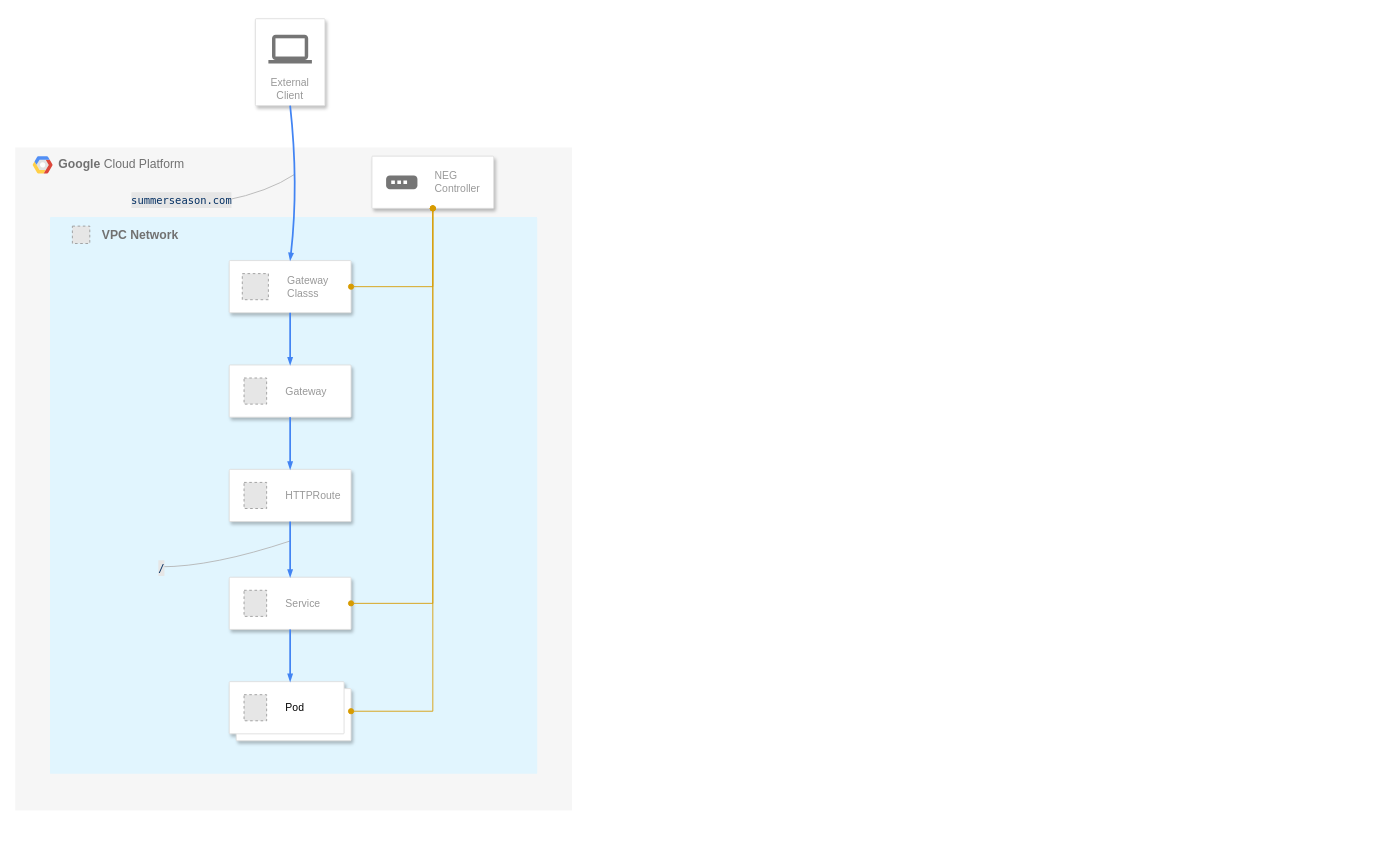
cyokozai/k8sLB keeps this draw.io diagram as page "gateway2" (6 of 9) of map.drawio. Above is the earlier version. Source tidied: cells renumbered, new cells numbered last; positions are measured from the earlier drawing's top-left corner, leaving out a move shared by most shapes. Both pictures are drawn from the tidied source at 87%, with x=0, y=0 at pixel (15, 18). Pictures stored in the file or linked from it are replaced by grey dashed boxes.
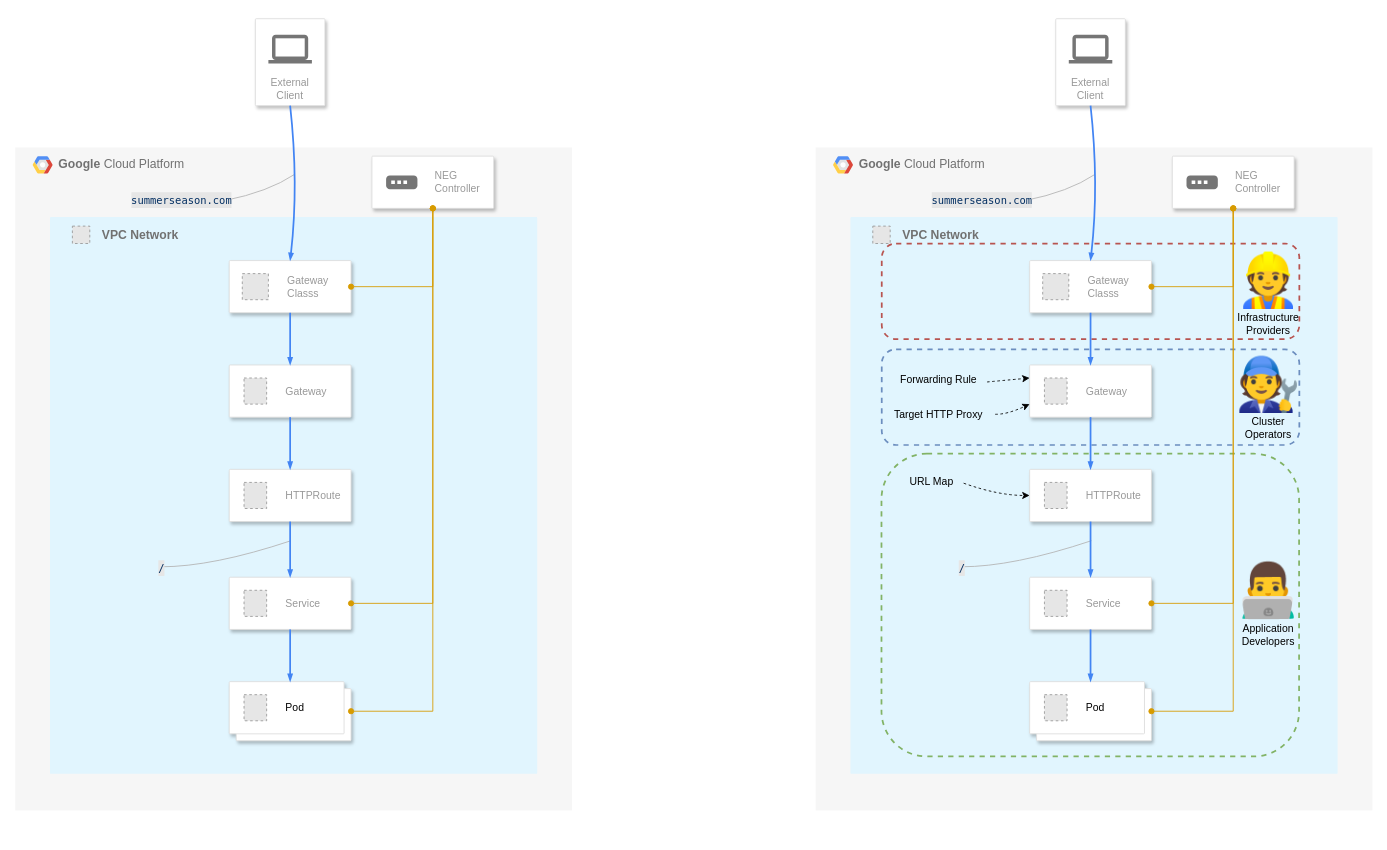
The same diagram, later.

Diff of the diagram source:
```diff
@@
+    <mxCell id="37" value="&lt;b style=&quot;border-color: var(--border-color);&quot;&gt;Google&amp;nbsp;&lt;/b&gt;Cloud Platform" style="fillColor=#F6F6F6;strokeColor=none;shadow=0;gradientColor=none;fontSize=14;align=left;spacing=10;fontColor=#717171;9E9E9E;verticalAlign=top;spacingTop=-4;fontStyle=0;spacingLeft=40;html=1;" parent="1" vertex="1">
+      <mxGeometry x="920" y="148" width="640" height="762" as="geometry" />
+    </mxCell>
+    <mxCell id="38" style="group;" parent="1" vertex="1">
+      <mxGeometry x="960" y="228" width="560" height="710" as="geometry" />
+    </mxCell>
+    <mxCell id="39" style="sketch=0;rounded=1;absoluteArcSize=1;arcSize=2;html=1;strokeColor=none;gradientColor=none;shadow=0;dashed=0;fontSize=12;fontColor=#9E9E9E;align=left;verticalAlign=top;spacing=10;spacingTop=-4;fillColor=#E1F5FE;" parent="38" vertex="1">
+      <mxGeometry width="560" height="640" as="geometry" />
+    </mxCell>
+    <mxCell id="40" style="fillColor=#E6E6E6;strokeColor=#999999;dashed=1;verticalLabelPosition=bottom;labelBackgroundColor=#ffffff;verticalAlign=top;" parent="38" vertex="1">
+      <mxGeometry x="25.7" y="10.4" width="20" height="20" as="geometry" />
+    </mxCell>
+    <mxCell id="41" value="&lt;span style=&quot;font-size: 14px;&quot;&gt;&lt;b&gt;VPC Network&lt;/b&gt;&lt;/span&gt;" style="text;whiteSpace=wrap;html=1;fontColor=#717171;" parent="38" vertex="1">
+      <mxGeometry x="58.3" y="5.8" width="105.6" height="46.3" as="geometry" />
+    </mxCell>
+    <mxCell id="42" style="group;" parent="38" vertex="1">
+      <mxGeometry x="127" y="402" width="60" as="geometry" />
+    </mxCell>
+    <mxCell id="43" style="curved=1;endArrow=none;html=1;endFill=0;strokeColor=#B3B3B3;" parent="42" edge="1">
+      <mxGeometry relative="1" as="geometry">
+        <mxPoint as="sourcePoint" />
+        <mxPoint x="150" y="-30" as="targetPoint" />
+        <Array as="points">
+          <mxPoint x="60" />
+        </Array>
+      </mxGeometry>
+    </mxCell>
+    <mxCell id="44" value="&lt;div style=&quot;color: rgb(36, 41, 46); font-family: Menlo, Monaco, &amp;quot;Courier New&amp;quot;, monospace; font-size: 12px; line-height: 18px;&quot;&gt;&lt;div style=&quot;line-height: 18px; white-space-collapse: preserve;&quot;&gt;&lt;span style=&quot;color: #032f62;&quot;&gt;/&lt;/span&gt;&lt;/div&gt;&lt;/div&gt;" style="edgeLabel;html=1;align=center;verticalAlign=middle;labelBackgroundColor=#E6E6E6;" parent="42" vertex="1">
+      <mxGeometry as="geometry" />
+    </mxCell>
+    <mxCell id="45" style="shape=mxgraph.gcp2.doubleRect;strokeColor=#dddddd;shadow=1;strokeWidth=1;rounded=1;absoluteArcSize=1;arcSize=2;" parent="38" vertex="1">
+      <mxGeometry x="206" y="534" width="140" height="68" as="geometry" />
+    </mxCell>
+    <mxCell id="46" value="&lt;font color=&quot;#000000&quot;&gt;Pod&lt;/font&gt;" style="fillColor=#E6E6E6;strokeColor=#999999;dashed=1;html=1;fontColor=#999999;verticalLabelPosition=middle;labelBackgroundColor=#ffffff;verticalAlign=middle;labelPosition=right;align=left;spacingLeft=20;" parent="45" vertex="1">
+      <mxGeometry width="26" height="30" relative="1" as="geometry">
+        <mxPoint x="17" y="15" as="offset" />
+      </mxGeometry>
+    </mxCell>
+    <mxCell id="47" style="strokeColor=#dddddd;shadow=1;strokeWidth=1;rounded=1;absoluteArcSize=1;arcSize=2;" parent="38" vertex="1">
+      <mxGeometry x="206" y="414" width="140" height="60" as="geometry" />
+    </mxCell>
+    <mxCell id="48" value="Service" style="fillColor=#E6E6E6;strokeColor=#999999;dashed=1;fontColor=#999999;verticalLabelPosition=middle;labelBackgroundColor=#ffffff;verticalAlign=middle;labelPosition=right;align=left;spacingLeft=20;" parent="47" vertex="1">
+      <mxGeometry width="26" height="30" relative="1" as="geometry">
+        <mxPoint x="17" y="15" as="offset" />
+      </mxGeometry>
+    </mxCell>
+    <mxCell id="49" style="curved=1;endArrow=blockThin;html=1;fontSize=12;rounded=0;strokeColor=#4284F3;endFill=1;strokeWidth=2;endSize=4;startSize=4;dashed=0;entryX=0.5;entryY=0;entryDx=0;entryDy=0;exitX=0.5;exitY=1;exitDx=0;exitDy=0;" parent="38" edge="1" source="47" target="45">
+      <mxGeometry relative="1" as="geometry" />
+    </mxCell>
+    <mxCell id="50" style="strokeColor=#dddddd;shadow=1;strokeWidth=1;rounded=1;absoluteArcSize=1;arcSize=2;" parent="38" vertex="1">
+      <mxGeometry x="206" y="290" width="140" height="60" as="geometry" />
+    </mxCell>
+    <mxCell id="51" value="HTTPRoute" style="fillColor=#E6E6E6;strokeColor=#999999;dashed=1;fontColor=#999999;verticalLabelPosition=middle;labelBackgroundColor=#ffffff;verticalAlign=middle;labelPosition=right;align=left;spacingLeft=20;" parent="50" vertex="1">
+      <mxGeometry width="26" height="30" relative="1" as="geometry">
+        <mxPoint x="17" y="15" as="offset" />
+      </mxGeometry>
+    </mxCell>
+    <mxCell id="52" style="curved=1;endArrow=blockThin;html=1;fontSize=12;rounded=0;strokeColor=#4284F3;endFill=1;strokeWidth=2;endSize=4;startSize=4;dashed=0;exitX=0.5;exitY=1;exitDx=0;exitDy=0;entryX=0.5;entryY=0;entryDx=0;entryDy=0;" parent="38" edge="1" source="50" target="47">
+      <mxGeometry relative="1" as="geometry" />
+    </mxCell>
+    <mxCell id="53" style="rounded=1;whiteSpace=wrap;html=1;fillColor=none;strokeColor=#6c8ebf;dashed=1;strokeWidth=2;" parent="38" vertex="1">
+      <mxGeometry x="36" y="152" width="480" height="110" as="geometry" />
+    </mxCell>
+    <mxCell id="54" value="&lt;font style=&quot;font-size: 60px;&quot;&gt;🧑‍🔧&lt;/font&gt;&lt;div&gt;Cluster&lt;/div&gt;&lt;div&gt;Operators&lt;/div&gt;" style="text;html=1;align=center;verticalAlign=middle;strokeColor=none;fillColor=none;" parent="38" vertex="1">
+      <mxGeometry x="440" y="152" width="80" height="110" as="geometry" />
+    </mxCell>
+    <mxCell id="55" style="rounded=1;whiteSpace=wrap;html=1;fillColor=none;strokeColor=#b85450;dashed=1;strokeWidth=2;" parent="38" vertex="1">
+      <mxGeometry x="36" y="30.4" width="480" height="110" as="geometry" />
+    </mxCell>
+    <mxCell id="56" value="Forwarding Rule" style="text;html=1;align=center;verticalAlign=middle;points=[];strokeColor=none;fillColor=none;" parent="38" vertex="1">
+      <mxGeometry x="45.7" y="172" width="110" height="30" as="geometry" />
+    </mxCell>
+    <mxCell id="57" value="Target HTTP Proxy" style="text;html=1;align=center;verticalAlign=middle;points=[];strokeColor=none;fillColor=none;" parent="38" vertex="1">
+      <mxGeometry x="35.7" y="212" width="130" height="30" as="geometry" />
+    </mxCell>
+    <mxCell id="58" value="URL Map" style="text;html=1;align=center;verticalAlign=middle;points=[];strokeColor=none;fillColor=none;" parent="38" vertex="1">
+      <mxGeometry x="58.3" y="290" width="70" height="30" as="geometry" />
+    </mxCell>
+    <mxCell id="59" style="rounded=1;whiteSpace=wrap;html=1;fillColor=none;strokeColor=#82b366;dashed=1;strokeWidth=2;" parent="38" vertex="1">
+      <mxGeometry x="35.7" y="272" width="480" height="348" as="geometry" />
+    </mxCell>
+    <mxCell id="60" style="curved=1;endArrow=classic;html=1;rounded=0;dashed=1;exitX=1.026;exitY=0.53;exitDx=0;exitDy=0;exitPerimeter=0;entryX=0;entryY=0.5;entryDx=0;entryDy=0;" parent="38" edge="1" source="58" target="50">
+      <mxGeometry relative="1" as="geometry">
+        <Array as="points">
+          <mxPoint x="170" y="320" />
+        </Array>
+      </mxGeometry>
+    </mxCell>
+    <mxCell id="61" value="&lt;font style=&quot;font-size: 60px;&quot;&gt;👨‍💻&lt;/font&gt;&lt;div&gt;&lt;font style=&quot;font-size: 12px;&quot;&gt;Application&lt;/font&gt;&lt;/div&gt;&lt;div&gt;&lt;font style=&quot;font-size: 12px;&quot;&gt;Developers&lt;/font&gt;&lt;/div&gt;" style="text;html=1;align=center;verticalAlign=middle;strokeColor=none;fillColor=none;" parent="38" vertex="1">
+      <mxGeometry x="440" y="389" width="80" height="110" as="geometry" />
+    </mxCell>
+    <mxCell id="62" value="External&#10;Client" style="strokeColor=#dddddd;shadow=1;strokeWidth=1;rounded=1;absoluteArcSize=1;arcSize=2;labelPosition=center;verticalLabelPosition=middle;align=center;verticalAlign=bottom;spacingLeft=0;fontColor=#999999;fontSize=12;whiteSpace=wrap;spacingBottom=2;" parent="1" vertex="1">
+      <mxGeometry x="1196" width="80" height="100" as="geometry" />
+    </mxCell>
+    <mxCell id="63" style="sketch=0;dashed=0;html=1;fillColor=#757575;strokeColor=none;shape=mxgraph.gcp2.laptop;" parent="62" vertex="1">
+      <mxGeometry x="0.5" width="50" height="33" relative="1" as="geometry">
+        <mxPoint x="-25" y="18.5" as="offset" />
+      </mxGeometry>
+    </mxCell>
+    <mxCell id="64" style="strokeColor=#dddddd;shadow=1;strokeWidth=1;rounded=1;absoluteArcSize=1;arcSize=2;" parent="1" vertex="1">
+      <mxGeometry x="1166" y="278" width="140" height="60" as="geometry" />
+    </mxCell>
+    <mxCell id="65" value="Gateway&#10;Classs" style="fillColor=#E6E6E6;strokeColor=#999999;dashed=1;fontColor=#999999;verticalLabelPosition=middle;labelBackgroundColor=#ffffff;verticalAlign=middle;labelPosition=right;align=left;spacingLeft=20;" parent="64" vertex="1">
+      <mxGeometry width="30" height="30" relative="1" as="geometry">
+        <mxPoint x="15" y="15" as="offset" />
+      </mxGeometry>
+    </mxCell>
+    <mxCell id="66" style="strokeColor=#dddddd;shadow=1;strokeWidth=1;rounded=1;absoluteArcSize=1;arcSize=2;fontColor=#999999;align=center;labelPosition=center;verticalLabelPosition=middle;verticalAlign=middle;" parent="1" vertex="1">
+      <mxGeometry x="1330" y="158" width="140" height="60" as="geometry" />
+    </mxCell>
+    <mxCell id="67" style="fillColor=#E6E6E6;strokeColor=#999999;dashed=1;html=1;fontColor=#999999;verticalLabelPosition=middle;verticalAlign=middle;labelPosition=right;align=left;spacingLeft=20;" parent="66" vertex="1">
+      <mxGeometry height="28" relative="1" as="geometry">
+        <mxPoint x="15" y="16" as="offset" />
+      </mxGeometry>
+    </mxCell>
+    <mxCell id="68" value="&lt;div style=&quot;text-align: left;&quot;&gt;&lt;span style=&quot;color: rgb(153, 153, 153);&quot;&gt;NEG&amp;nbsp;&lt;/span&gt;&lt;/div&gt;&lt;div style=&quot;text-align: left;&quot;&gt;&lt;span style=&quot;color: rgb(153, 153, 153);&quot;&gt;Controller&lt;/span&gt;&lt;/div&gt;" style="text;html=1;align=center;verticalAlign=middle;strokeColor=none;fillColor=none;fontFamily=Helvetica;fontSize=12;fontColor=default;labelBackgroundColor=none;" parent="66" vertex="1">
+      <mxGeometry x="58.3" y="10" width="80" height="40" as="geometry" />
+    </mxCell>
+    <mxCell id="69" style="sketch=0;dashed=0;html=1;fillColor=#757575;strokeColor=none;shape=mxgraph.gcp2.gateway_icon;align=center;verticalAlign=top;fontFamily=Helvetica;fontSize=12;fontColor=default;labelBackgroundColor=default;" parent="66" vertex="1">
+      <mxGeometry x="16.3" y="22.1" width="36" height="15.8" as="geometry" />
+    </mxCell>
+    <mxCell id="70" style="edgeStyle=orthogonalEdgeStyle;rounded=0;jettySize=auto;html=1;exitX=0.5;exitY=1;exitDx=0;exitDy=0;fontFamily=Helvetica;fontSize=12;fontColor=default;labelBackgroundColor=default;fillColor=#ffe6cc;strokeColor=#d79b00;endArrow=oval;endFill=1;startArrow=oval;startFill=1;entryX=1;entryY=0.5;entryDx=0;entryDy=0;" parent="1" edge="1" source="66" target="64">
+      <mxGeometry relative="1" as="geometry" />
+    </mxCell>
+    <mxCell id="71" style="strokeColor=#dddddd;shadow=1;strokeWidth=1;rounded=1;absoluteArcSize=1;arcSize=2;" parent="1" vertex="1">
+      <mxGeometry x="1166" y="398" width="140" height="60" as="geometry" />
+    </mxCell>
+    <mxCell id="72" value="Gateway" style="fillColor=#E6E6E6;strokeColor=#999999;dashed=1;fontColor=#999999;verticalLabelPosition=middle;labelBackgroundColor=#ffffff;verticalAlign=middle;labelPosition=right;align=left;spacingLeft=20;" parent="71" vertex="1">
+      <mxGeometry width="26" height="30" relative="1" as="geometry">
+        <mxPoint x="17" y="15" as="offset" />
+      </mxGeometry>
+    </mxCell>
+    <mxCell id="73" style="curved=1;endArrow=blockThin;html=1;fontSize=12;rounded=0;strokeColor=#4284F3;endFill=1;strokeWidth=2;endSize=4;startSize=4;dashed=0;entryX=0.5;entryY=0;entryDx=0;entryDy=0;exitX=0.5;exitY=1;exitDx=0;exitDy=0;" parent="1" edge="1" source="64" target="71">
+      <mxGeometry relative="1" as="geometry" />
+    </mxCell>
+    <mxCell id="74" style="curved=1;endArrow=blockThin;html=1;fontSize=12;rounded=0;strokeColor=#4284F3;endFill=1;strokeWidth=2;endSize=4;startSize=4;dashed=0;exitX=0.5;exitY=1;exitDx=0;exitDy=0;entryX=0.5;entryY=0;entryDx=0;entryDy=0;" parent="1" edge="1" source="71" target="50">
+      <mxGeometry relative="1" as="geometry" />
+    </mxCell>
+    <mxCell id="75" style="edgeStyle=orthogonalEdgeStyle;rounded=0;jettySize=auto;html=1;exitX=0.5;exitY=1;exitDx=0;exitDy=0;fontFamily=Helvetica;fontSize=12;fontColor=default;labelBackgroundColor=default;fillColor=#ffe6cc;strokeColor=#d79b00;endArrow=oval;endFill=1;startArrow=oval;startFill=1;entryX=1;entryY=0.5;entryDx=0;entryDy=0;" parent="1" edge="1" source="66" target="45">
+      <mxGeometry relative="1" as="geometry">
+        <Array as="points">
+          <mxPoint x="1400" y="796" />
+        </Array>
+      </mxGeometry>
+    </mxCell>
+    <mxCell id="76" style="edgeStyle=orthogonalEdgeStyle;rounded=0;jettySize=auto;html=1;exitX=0.5;exitY=1;exitDx=0;exitDy=0;fontFamily=Helvetica;fontSize=12;fontColor=default;labelBackgroundColor=default;fillColor=#ffe6cc;strokeColor=#d79b00;endArrow=oval;endFill=1;startArrow=oval;startFill=1;entryX=1;entryY=0.5;entryDx=0;entryDy=0;" parent="1" edge="1" source="66" target="47">
+      <mxGeometry relative="1" as="geometry" />
+    </mxCell>
+    <mxCell id="77" style="curved=1;endArrow=none;html=1;endFill=0;strokeColor=#B3B3B3;" parent="1" edge="1">
+      <mxGeometry relative="1" as="geometry">
+        <mxPoint x="1161" y="209" as="sourcePoint" />
+        <mxPoint x="1241" y="179" as="targetPoint" />
+        <Array as="points">
+          <mxPoint x="1211" y="199" />
+        </Array>
+      </mxGeometry>
+    </mxCell>
+    <mxCell id="78" style="shape=mxgraph.gcp2.google_cloud_platform;fillColor=#F6F6F6;strokeColor=none;shadow=0;gradientColor=none;" parent="1" vertex="1">
+      <mxGeometry x="940" y="158" width="23" height="20" as="geometry">
+        <mxPoint x="20" y="10" as="offset" />
+      </mxGeometry>
+    </mxCell>
+    <mxCell id="79" value="&lt;div style=&quot;color: rgb(36, 41, 46); font-family: Menlo, Monaco, &amp;quot;Courier New&amp;quot;, monospace; font-size: 12px; line-height: 18px;&quot;&gt;&lt;div style=&quot;line-height: 18px; white-space-collapse: preserve;&quot;&gt;&lt;span style=&quot;color: #032f62;&quot;&gt;summerseason.com&lt;/span&gt;&lt;/div&gt;&lt;/div&gt;" style="edgeLabel;html=1;align=center;verticalAlign=middle;labelBackgroundColor=#E6E6E6;" parent="1" vertex="1">
+      <mxGeometry x="1110" y="207" as="geometry" />
+    </mxCell>
+    <mxCell id="80" style="curved=1;endArrow=blockThin;html=1;fontSize=12;rounded=0;strokeColor=#4284F3;endFill=1;strokeWidth=2;endSize=4;startSize=4;dashed=0;entryX=0.5;entryY=0;entryDx=0;entryDy=0;exitX=0.5;exitY=1;exitDx=0;exitDy=0;" parent="1" edge="1" source="62" target="64">
+      <mxGeometry relative="1" as="geometry">
+        <Array as="points">
+          <mxPoint x="1246" y="190.5" />
+        </Array>
+      </mxGeometry>
+    </mxCell>
+    <mxCell id="81" value="&lt;font style=&quot;font-size: 60px;&quot;&gt;👷&lt;/font&gt;&lt;div&gt;&lt;span style=&quot;background-color: initial;&quot;&gt;Infrastructure&lt;/span&gt;&lt;/div&gt;&lt;div&gt;&lt;span style=&quot;background-color: initial;&quot;&gt;Providers&lt;/span&gt;&lt;/div&gt;" style="text;html=1;align=center;verticalAlign=middle;strokeColor=none;fillColor=none;" parent="1" vertex="1">
+      <mxGeometry x="1395" y="260" width="90" height="110" as="geometry" />
+    </mxCell>
+    <mxCell id="82" style="curved=1;endArrow=classic;html=1;rounded=0;dashed=1;exitX=1.012;exitY=0.585;exitDx=0;exitDy=0;exitPerimeter=0;entryX=0;entryY=0.25;entryDx=0;entryDy=0;" parent="1" edge="1" source="56" target="71">
+      <mxGeometry relative="1" as="geometry" />
+    </mxCell>
+    <mxCell id="83" style="curved=1;endArrow=classic;html=1;rounded=0;dashed=1;exitX=1.006;exitY=0.489;exitDx=0;exitDy=0;exitPerimeter=0;entryX=0;entryY=0.75;entryDx=0;entryDy=0;" parent="1" edge="1" source="57" target="71">
+      <mxGeometry relative="1" as="geometry">
+        <Array as="points">
+          <mxPoint x="1140" y="455" />
+        </Array>
+      </mxGeometry>
+    </mxCell>
```
